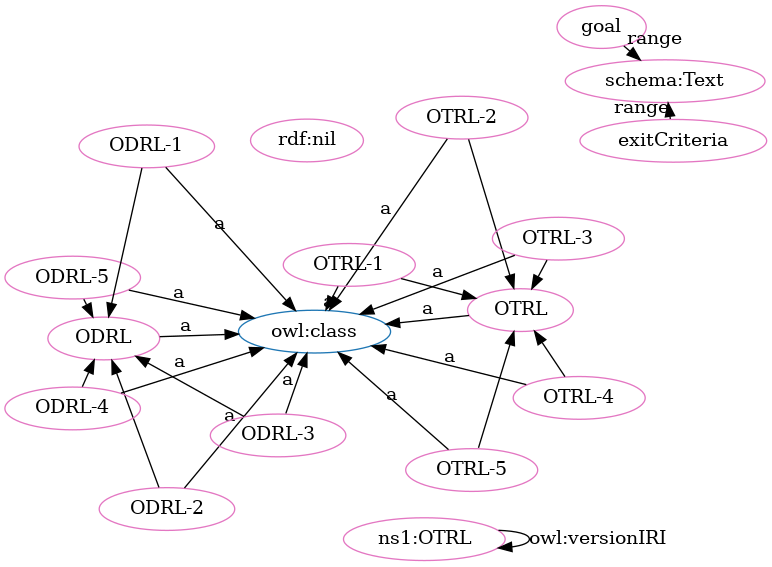
OPEN-NEXT/OKH-LOSH keeps this Graphviz diagram as OTRL-clean.png. Above is the earlier version. Its source is kept beside it as OTRL-clean.dot.
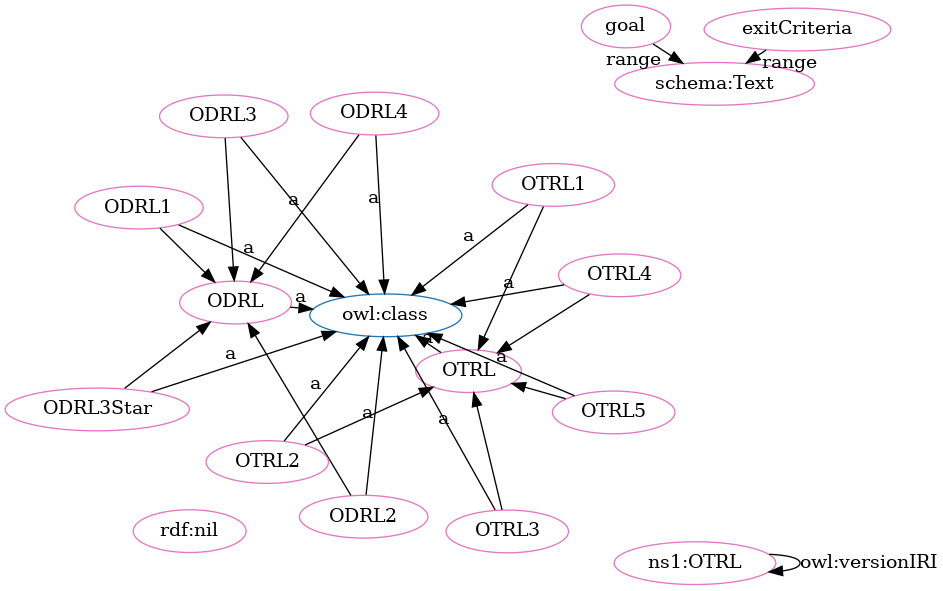
The same file after the commit.

Change to the diagram source:
```diff
@@ -1,49 +1,49 @@
 digraph G {
   rankdir=BT
   node[height=.3]
+"http://www.w3.org/2002/07/owl#class" [fillcolor="#1f77b4" color="#1f77b4" label="owl:class"]
+"http://purl.org/oseg/ontologies/OTRL#OTRL" [fillcolor="#1f77b4" color="#1f77b4" label="OTRL"]
 "http://purl.org/oseg/ontologies/OTRL#ODRL" [fillcolor="#1f77b4" color="#1f77b4" label="ODRL"]
-"http://purl.org/oseg/ontologies/OTRL#OTRL" [fillcolor="#1f77b4" color="#1f77b4" label="OTRL"]
-"http://www.w3.org/2002/07/owl#class" [fillcolor="#1f77b4" color="#1f77b4" label="owl:class"]
-"http://purl.org/oseg/ontologies/OTRL#OTRL-2" [fillcolor="#e377c2" color="#e377c2" label="OTRL-2"]
-"http://purl.org/oseg/ontologies/OTRL#ODRL-5" [fillcolor="#e377c2" color="#e377c2" label="ODRL-5"]
-"http://purl.org/oseg/ontologies/OTRL#OTRL-1" [fillcolor="#e377c2" color="#e377c2" label="OTRL-1"]
+"http://purl.org/oseg/ontologies/OTRL#OTRL" [fillcolor="#e377c2" color="#e377c2" label="OTRL"]
+"http://purl.org/oseg/ontologies/OTRL#ODRL" [fillcolor="#e377c2" color="#e377c2" label="ODRL"]
+"http://purl.org/oseg/ontologies/OTRL#OTRL4" [fillcolor="#e377c2" color="#e377c2" label="OTRL4"]
+"http://www.w3.org/1999/02/22-rdf-syntax-ns#nil" [fillcolor="#e377c2" color="#e377c2" label="rdf:nil"]
+"http://purl.org/oseg/ontologies/OTRL#ODRL4" [fillcolor="#e377c2" color="#e377c2" label="ODRL4"]
 "http://purl.org/oseg/ontologies/OTRL" [fillcolor="#e377c2" color="#e377c2" label="ns1:OTRL"]
+"http://purl.org/oseg/ontologies/OTRL#ODRL3" [fillcolor="#e377c2" color="#e377c2" label="ODRL3"]
 "http://purl.org/oseg/ontologies/OTRL#goal" [fillcolor="#e377c2" color="#e377c2" label="goal"]
+"http://purl.org/oseg/ontologies/OTRL#OTRL3" [fillcolor="#e377c2" color="#e377c2" label="OTRL3"]
+"http://purl.org/oseg/ontologies/OTRL#ODRL2" [fillcolor="#e377c2" color="#e377c2" label="ODRL2"]
+"http://purl.org/oseg/ontologies/OTRL#ODRL3Star" [fillcolor="#e377c2" color="#e377c2" label="ODRL3Star"]
+"http://purl.org/oseg/ontologies/OTRL#exitCriteria" [fillcolor="#e377c2" color="#e377c2" label="exitCriteria"]
+"http://purl.org/oseg/ontologies/OTRL#OTRL5" [fillcolor="#e377c2" color="#e377c2" label="OTRL5"]
 "http://schema.org/Text" [fillcolor="#e377c2" color="#e377c2" label="schema:Text"]
-"http://purl.org/oseg/ontologies/OTRL#ODRL-2" [fillcolor="#e377c2" color="#e377c2" label="ODRL-2"]
-"http://purl.org/oseg/ontologies/OTRL#ODRL-3" [fillcolor="#e377c2" color="#e377c2" label="ODRL-3"]
-"http://purl.org/oseg/ontologies/OTRL#ODRL" [fillcolor="#e377c2" color="#e377c2" label="ODRL"]
-"http://purl.org/oseg/ontologies/OTRL#ODRL-1" [fillcolor="#e377c2" color="#e377c2" label="ODRL-1"]
-"http://www.w3.org/1999/02/22-rdf-syntax-ns#nil" [fillcolor="#e377c2" color="#e377c2" label="rdf:nil"]
-"http://purl.org/oseg/ontologies/OTRL#OTRL" [fillcolor="#e377c2" color="#e377c2" label="OTRL"]
-"http://purl.org/oseg/ontologies/OTRL#exitCriteria" [fillcolor="#e377c2" color="#e377c2" label="exitCriteria"]
-"http://purl.org/oseg/ontologies/OTRL#OTRL-5" [fillcolor="#e377c2" color="#e377c2" label="OTRL-5"]
-"http://purl.org/oseg/ontologies/OTRL#OTRL-4" [fillcolor="#e377c2" color="#e377c2" label="OTRL-4"]
-"http://purl.org/oseg/ontologies/OTRL#ODRL-4" [fillcolor="#e377c2" color="#e377c2" label="ODRL-4"]
-"http://purl.org/oseg/ontologies/OTRL#OTRL-3" [fillcolor="#e377c2" color="#e377c2" label="OTRL-3"]
-  "http://purl.org/oseg/ontologies/OTRL#OTRL-1" -> "http://www.w3.org/2002/07/owl#class" [label="a"]
-  "http://purl.org/oseg/ontologies/OTRL#ODRL-3" -> "http://www.w3.org/2002/07/owl#class" [label="a"]
-  "http://purl.org/oseg/ontologies/OTRL#ODRL-2" -> "http://purl.org/oseg/ontologies/OTRL#ODRL" [label=""]
-  "http://purl.org/oseg/ontologies/OTRL#OTRL-5" -> "http://www.w3.org/2002/07/owl#class" [label="a"]
+"http://purl.org/oseg/ontologies/OTRL#OTRL2" [fillcolor="#e377c2" color="#e377c2" label="OTRL2"]
+"http://purl.org/oseg/ontologies/OTRL#ODRL1" [fillcolor="#e377c2" color="#e377c2" label="ODRL1"]
+"http://purl.org/oseg/ontologies/OTRL#OTRL1" [fillcolor="#e377c2" color="#e377c2" label="OTRL1"]
+  "http://purl.org/oseg/ontologies/OTRL#OTRL3" -> "http://purl.org/oseg/ontologies/OTRL#OTRL" [label=""]
+  "http://purl.org/oseg/ontologies/OTRL#OTRL4" -> "http://purl.org/oseg/ontologies/OTRL#OTRL" [label=""]
+  "http://purl.org/oseg/ontologies/OTRL#OTRL4" -> "http://www.w3.org/2002/07/owl#class" [label="a"]
+  "http://purl.org/oseg/ontologies/OTRL#ODRL3" -> "http://www.w3.org/2002/07/owl#class" [label="a"]
+  "http://purl.org/oseg/ontologies/OTRL#ODRL4" -> "http://purl.org/oseg/ontologies/OTRL#ODRL" [label=""]
+  "http://purl.org/oseg/ontologies/OTRL#ODRL3Star" -> "http://www.w3.org/2002/07/owl#class" [label="a"]
+  "http://purl.org/oseg/ontologies/OTRL#OTRL" -> "http://www.w3.org/2002/07/owl#class" [label="a"]
+  "http://purl.org/oseg/ontologies/OTRL#ODRL2" -> "http://purl.org/oseg/ontologies/OTRL#ODRL" [label=""]
+  "http://purl.org/oseg/ontologies/OTRL#OTRL5" -> "http://purl.org/oseg/ontologies/OTRL#OTRL" [label=""]
   "http://purl.org/oseg/ontologies/OTRL#ODRL" -> "http://www.w3.org/2002/07/owl#class" [label="a"]
-  "http://purl.org/oseg/ontologies/OTRL#ODRL-5" -> "http://purl.org/oseg/ontologies/OTRL#ODRL" [label=""]
-  "http://purl.org/oseg/ontologies/OTRL#OTRL-4" -> "http://www.w3.org/2002/07/owl#class" [label="a"]
-  "http://purl.org/oseg/ontologies/OTRL#OTRL-5" -> "http://purl.org/oseg/ontologies/OTRL#OTRL" [label=""]
-  "http://purl.org/oseg/ontologies/OTRL#OTRL-3" -> "http://purl.org/oseg/ontologies/OTRL#OTRL" [label=""]
-  "http://purl.org/oseg/ontologies/OTRL#OTRL-1" -> "http://purl.org/oseg/ontologies/OTRL#OTRL" [label=""]
-  "http://purl.org/oseg/ontologies/OTRL#ODRL-1" -> "http://purl.org/oseg/ontologies/OTRL#ODRL" [label=""]
-  "http://purl.org/oseg/ontologies/OTRL#ODRL-4" -> "http://purl.org/oseg/ontologies/OTRL#ODRL" [label=""]
-  "http://purl.org/oseg/ontologies/OTRL#ODRL-5" -> "http://www.w3.org/2002/07/owl#class" [label="a"]
-  "http://purl.org/oseg/ontologies/OTRL#OTRL-2" -> "http://www.w3.org/2002/07/owl#class" [label="a"]
+  "http://purl.org/oseg/ontologies/OTRL#OTRL2" -> "http://www.w3.org/2002/07/owl#class" [label="a"]
+  "http://purl.org/oseg/ontologies/OTRL#OTRL1" -> "http://www.w3.org/2002/07/owl#class" [label="a"]
   "http://purl.org/oseg/ontologies/OTRL#goal" -> "http://schema.org/Text" [label="range"]
-  "http://purl.org/oseg/ontologies/OTRL#ODRL-2" -> "http://www.w3.org/2002/07/owl#class" [label="a"]
-  "http://purl.org/oseg/ontologies/OTRL#ODRL-1" -> "http://www.w3.org/2002/07/owl#class" [label="a"]
-  "http://purl.org/oseg/ontologies/OTRL#OTRL-2" -> "http://purl.org/oseg/ontologies/OTRL#OTRL" [label=""]
+  "http://purl.org/oseg/ontologies/OTRL#ODRL3" -> "http://purl.org/oseg/ontologies/OTRL#ODRL" [label=""]
+  "http://purl.org/oseg/ontologies/OTRL#ODRL4" -> "http://www.w3.org/2002/07/owl#class" [label="a"]
+  "http://purl.org/oseg/ontologies/OTRL#ODRL1" -> "http://purl.org/oseg/ontologies/OTRL#ODRL" [label=""]
+  "http://purl.org/oseg/ontologies/OTRL#OTRL3" -> "http://www.w3.org/2002/07/owl#class" [label="a"]
+  "http://purl.org/oseg/ontologies/OTRL#ODRL2" -> "http://www.w3.org/2002/07/owl#class" [label="a"]
+  "http://purl.org/oseg/ontologies/OTRL#OTRL1" -> "http://purl.org/oseg/ontologies/OTRL#OTRL" [label=""]
+  "http://purl.org/oseg/ontologies/OTRL" -> "http://purl.org/oseg/ontologies/OTRL" [label="owl:versionIRI"]
+  "http://purl.org/oseg/ontologies/OTRL#OTRL5" -> "http://www.w3.org/2002/07/owl#class" [label="a"]
+  "http://purl.org/oseg/ontologies/OTRL#ODRL3Star" -> "http://purl.org/oseg/ontologies/OTRL#ODRL" [label=""]
   "http://purl.org/oseg/ontologies/OTRL#exitCriteria" -> "http://schema.org/Text" [label="range"]
-  "http://purl.org/oseg/ontologies/OTRL#OTRL-4" -> "http://purl.org/oseg/ontologies/OTRL#OTRL" [label=""]
-  "http://purl.org/oseg/ontologies/OTRL" -> "http://purl.org/oseg/ontologies/OTRL" [label="owl:versionIRI"]
-  "http://purl.org/oseg/ontologies/OTRL#ODRL-3" -> "http://purl.org/oseg/ontologies/OTRL#ODRL" [label=""]
-  "http://purl.org/oseg/ontologies/OTRL#ODRL-4" -> "http://www.w3.org/2002/07/owl#class" [label="a"]
-  "http://purl.org/oseg/ontologies/OTRL#OTRL" -> "http://www.w3.org/2002/07/owl#class" [label="a"]
-  "http://purl.org/oseg/ontologies/OTRL#OTRL-3" -> "http://www.w3.org/2002/07/owl#class" [label="a"]
+  "http://purl.org/oseg/ontologies/OTRL#ODRL1" -> "http://www.w3.org/2002/07/owl#class" [label="a"]
+  "http://purl.org/oseg/ontologies/OTRL#OTRL2" -> "http://purl.org/oseg/ontologies/OTRL#OTRL" [label=""]
 }
```
